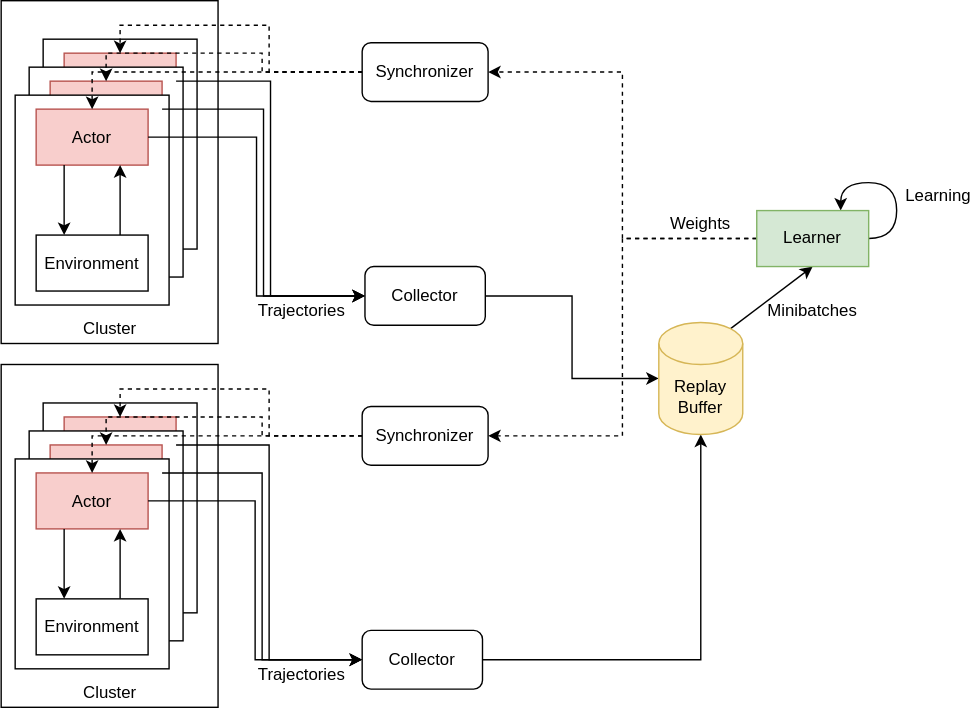
Earlier version of the draw.io export docs/ddrl.svg (khanhvu207/ddrl). Source tidied: cells renumbered, new cells last; positions are measured from the earlier drawing's top-left corner, leaving out a move shared by most shapes.
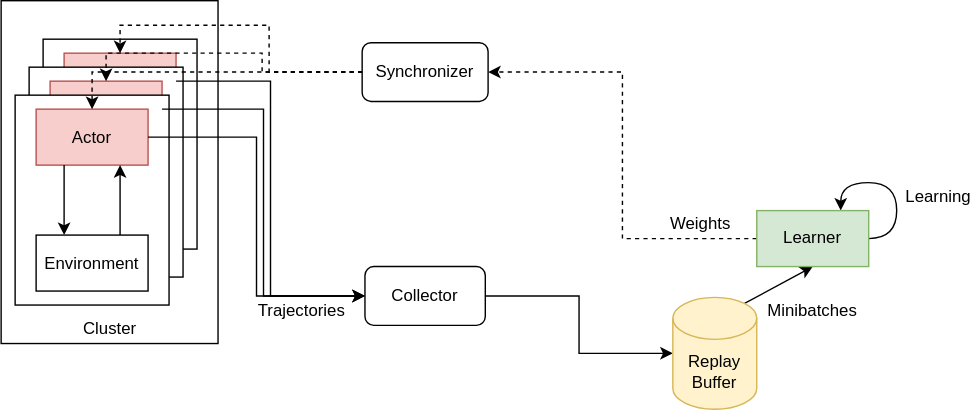
Above is the later version.

Diff of the diagram source:
```diff
@@ -2,69 +2,6 @@
   <root>
     <mxCell id="0" />
     <mxCell id="1" parent="0" />
-    <mxCell id="2" style="group;" parent="1" vertex="1">
-      <mxGeometry y="260" width="155" height="245" as="geometry" />
-    </mxCell>
-    <mxCell id="3" style="rounded=0;whiteSpace=wrap;html=1;" parent="2" vertex="1">
-      <mxGeometry width="155" height="245" as="geometry" />
-    </mxCell>
-    <mxCell id="4" style="group;" parent="2" vertex="1">
-      <mxGeometry x="30" y="27.5" width="110" height="190" as="geometry" />
-    </mxCell>
-    <mxCell id="5" style="rounded=0;whiteSpace=wrap;html=1;" parent="4" vertex="1">
-      <mxGeometry width="110" height="150" as="geometry" />
-    </mxCell>
-    <mxCell id="6" value="Network" style="rounded=0;whiteSpace=wrap;html=1;fillColor=#f8cecc;strokeColor=#b85450;" parent="4" vertex="1">
-      <mxGeometry x="15" y="10" width="80" height="40" as="geometry" />
-    </mxCell>
-    <mxCell id="7" style="edgeStyle=orthogonalEdgeStyle;rounded=0;jettySize=auto;html=1;exitX=0.75;exitY=0;exitDx=0;exitDy=0;entryX=0.75;entryY=1;entryDx=0;entryDy=0;" parent="4" edge="1" source="8" target="6">
-      <mxGeometry relative="1" as="geometry" />
-    </mxCell>
-    <mxCell id="8" value="Environment" style="rounded=0;whiteSpace=wrap;html=1;" parent="4" vertex="1">
-      <mxGeometry x="15" y="100" width="80" height="40" as="geometry" />
-    </mxCell>
-    <mxCell id="9" style="edgeStyle=orthogonalEdgeStyle;rounded=0;jettySize=auto;html=1;exitX=0.25;exitY=1;exitDx=0;exitDy=0;entryX=0.25;entryY=0;entryDx=0;entryDy=0;" parent="4" edge="1" source="6" target="8">
-      <mxGeometry relative="1" as="geometry" />
-    </mxCell>
-    <mxCell id="10" style="group;" parent="4" vertex="1">
-      <mxGeometry x="-20" y="40" width="120" height="150" as="geometry" />
-    </mxCell>
-    <mxCell id="11" style="group;" parent="10" vertex="1">
-      <mxGeometry x="10" y="-20" width="110" height="150" as="geometry" />
-    </mxCell>
-    <mxCell id="12" style="rounded=0;whiteSpace=wrap;html=1;" parent="11" vertex="1">
-      <mxGeometry width="110" height="150" as="geometry" />
-    </mxCell>
-    <mxCell id="13" value="Network" style="rounded=0;whiteSpace=wrap;html=1;fillColor=#f8cecc;strokeColor=#b85450;" parent="11" vertex="1">
-      <mxGeometry x="15" y="10" width="80" height="40" as="geometry" />
-    </mxCell>
-    <mxCell id="14" style="edgeStyle=orthogonalEdgeStyle;rounded=0;jettySize=auto;html=1;exitX=0.75;exitY=0;exitDx=0;exitDy=0;entryX=0.75;entryY=1;entryDx=0;entryDy=0;" parent="11" edge="1" source="15" target="13">
-      <mxGeometry relative="1" as="geometry" />
-    </mxCell>
-    <mxCell id="15" value="Environment" style="rounded=0;whiteSpace=wrap;html=1;" parent="11" vertex="1">
-      <mxGeometry x="15" y="100" width="80" height="40" as="geometry" />
-    </mxCell>
-    <mxCell id="16" style="edgeStyle=orthogonalEdgeStyle;rounded=0;jettySize=auto;html=1;exitX=0.25;exitY=1;exitDx=0;exitDy=0;entryX=0.25;entryY=0;entryDx=0;entryDy=0;" parent="11" edge="1" source="13" target="15">
-      <mxGeometry relative="1" as="geometry" />
-    </mxCell>
-    <mxCell id="17" style="rounded=0;whiteSpace=wrap;html=1;" parent="10" vertex="1">
-      <mxGeometry width="110" height="150" as="geometry" />
-    </mxCell>
-    <mxCell id="18" value="Actor" style="rounded=0;whiteSpace=wrap;html=1;fillColor=#f8cecc;strokeColor=#b85450;" parent="10" vertex="1">
-      <mxGeometry x="15" y="10" width="80" height="40" as="geometry" />
-    </mxCell>
-    <mxCell id="19" style="edgeStyle=orthogonalEdgeStyle;rounded=0;jettySize=auto;html=1;exitX=0.75;exitY=0;exitDx=0;exitDy=0;entryX=0.75;entryY=1;entryDx=0;entryDy=0;" parent="10" edge="1" source="20" target="18">
-      <mxGeometry relative="1" as="geometry" />
-    </mxCell>
-    <mxCell id="20" value="Environment" style="rounded=0;whiteSpace=wrap;html=1;" parent="10" vertex="1">
-      <mxGeometry x="15" y="100" width="80" height="40" as="geometry" />
-    </mxCell>
-    <mxCell id="21" style="edgeStyle=orthogonalEdgeStyle;rounded=0;jettySize=auto;html=1;exitX=0.25;exitY=1;exitDx=0;exitDy=0;entryX=0.25;entryY=0;entryDx=0;entryDy=0;" parent="10" edge="1" source="18" target="20">
-      <mxGeometry relative="1" as="geometry" />
-    </mxCell>
-    <mxCell id="22" value="Cluster" style="text;html=1;strokeColor=none;fillColor=none;align=center;verticalAlign=middle;whiteSpace=wrap;rounded=0;" parent="2" vertex="1">
-      <mxGeometry x="57.5" y="225" width="40" height="20" as="geometry" />
-    </mxCell>
     <mxCell id="23" style="group;" parent="1" vertex="1">
       <mxGeometry width="155" height="245" as="geometry" />
     </mxCell>
@@ -134,12 +71,6 @@
     <mxCell id="45" value="Collector" style="rounded=1;whiteSpace=wrap;html=1;" parent="1" vertex="1">
       <mxGeometry x="260" y="190" width="86" height="42" as="geometry" />
     </mxCell>
-    <mxCell id="46" style="edgeStyle=orthogonalEdgeStyle;rounded=0;jettySize=auto;html=1;entryX=0.5;entryY=1;entryDx=0;entryDy=0;entryPerimeter=0;" parent="1" edge="1" source="47" target="65">
-      <mxGeometry relative="1" as="geometry" />
-    </mxCell>
-    <mxCell id="47" value="Collector" style="rounded=1;whiteSpace=wrap;html=1;" parent="1" vertex="1">
-      <mxGeometry x="258" y="450" width="86" height="42" as="geometry" />
-    </mxCell>
     <mxCell id="48" style="edgeStyle=orthogonalEdgeStyle;rounded=0;jettySize=auto;html=1;exitX=1;exitY=0.5;exitDx=0;exitDy=0;entryX=0;entryY=0.5;entryDx=0;entryDy=0;" parent="1" edge="1" source="39" target="45">
       <mxGeometry relative="1" as="geometry" />
     </mxCell>
@@ -149,18 +80,6 @@
     <mxCell id="50" style="edgeStyle=orthogonalEdgeStyle;rounded=0;jettySize=auto;html=1;entryX=0;entryY=0.5;entryDx=0;entryDy=0;" parent="1" edge="1" source="27" target="45">
       <mxGeometry relative="1" as="geometry" />
     </mxCell>
-    <mxCell id="51" style="edgeStyle=orthogonalEdgeStyle;rounded=0;jettySize=auto;html=1;exitX=1;exitY=0.5;exitDx=0;exitDy=0;entryX=0;entryY=0.5;entryDx=0;entryDy=0;" parent="1" edge="1" source="18" target="47">
-      <mxGeometry relative="1" as="geometry" />
-    </mxCell>
-    <mxCell id="52" style="edgeStyle=orthogonalEdgeStyle;rounded=0;jettySize=auto;html=1;entryX=0;entryY=0.5;entryDx=0;entryDy=0;" parent="1" edge="1" source="13" target="47">
-      <mxGeometry relative="1" as="geometry" />
-    </mxCell>
-    <mxCell id="53" style="edgeStyle=orthogonalEdgeStyle;rounded=0;jettySize=auto;html=1;exitX=1;exitY=0.5;exitDx=0;exitDy=0;entryX=0;entryY=0.5;entryDx=0;entryDy=0;" parent="1" edge="1" source="6" target="47">
-      <mxGeometry relative="1" as="geometry" />
-    </mxCell>
-    <mxCell id="54" value="Trajectories" style="text;html=1;strokeColor=none;fillColor=none;align=center;verticalAlign=middle;whiteSpace=wrap;rounded=0;" parent="1" vertex="1">
-      <mxGeometry x="180" y="472" width="70" height="20" as="geometry" />
-    </mxCell>
     <mxCell id="55" value="Trajectories" style="text;html=1;strokeColor=none;fillColor=none;align=center;verticalAlign=middle;whiteSpace=wrap;rounded=0;" parent="1" vertex="1">
       <mxGeometry x="180" y="212" width="70" height="20" as="geometry" />
     </mxCell>
@@ -176,23 +95,11 @@
     <mxCell id="59" value="Synchronizer" style="rounded=1;whiteSpace=wrap;html=1;" parent="1" vertex="1">
       <mxGeometry x="258" y="30" width="90" height="42" as="geometry" />
     </mxCell>
-    <mxCell id="60" style="edgeStyle=orthogonalEdgeStyle;rounded=0;jettySize=auto;html=1;entryX=0.5;entryY=0;entryDx=0;entryDy=0;dashed=1;" parent="1" edge="1" source="63" target="6">
-      <mxGeometry relative="1" as="geometry" />
-    </mxCell>
-    <mxCell id="61" style="edgeStyle=orthogonalEdgeStyle;rounded=0;jettySize=auto;html=1;entryX=0.5;entryY=0;entryDx=0;entryDy=0;dashed=1;" parent="1" edge="1" source="63" target="13">
-      <mxGeometry relative="1" as="geometry" />
-    </mxCell>
-    <mxCell id="62" style="edgeStyle=orthogonalEdgeStyle;rounded=0;jettySize=auto;html=1;dashed=1;" parent="1" edge="1" source="63" target="18">
-      <mxGeometry relative="1" as="geometry" />
-    </mxCell>
-    <mxCell id="63" value="Synchronizer" style="rounded=1;whiteSpace=wrap;html=1;" parent="1" vertex="1">
-      <mxGeometry x="258" y="290" width="90" height="42" as="geometry" />
-    </mxCell>
     <mxCell id="64" style="rounded=0;jettySize=auto;html=1;exitX=0.855;exitY=0;exitDx=0;exitDy=4.35;exitPerimeter=0;entryX=0.5;entryY=1;entryDx=0;entryDy=0;" parent="1" edge="1" source="65" target="69">
       <mxGeometry relative="1" as="geometry" />
     </mxCell>
     <mxCell id="65" value="Replay&lt;br&gt;Buffer" style="shape=cylinder3;whiteSpace=wrap;html=1;boundedLbl=1;backgroundOutline=1;size=15;fillColor=#fff2cc;strokeColor=#d6b656;" parent="1" vertex="1">
-      <mxGeometry x="470" y="230" width="60" height="80" as="geometry" />
+      <mxGeometry x="480" y="212" width="60" height="80" as="geometry" />
     </mxCell>
     <mxCell id="66" style="edgeStyle=orthogonalEdgeStyle;curved=1;rounded=0;orthogonalLoop=1;jettySize=auto;html=1;entryX=0.75;entryY=0;entryDx=0;entryDy=0;" parent="1" edge="1" source="69" target="69">
       <mxGeometry relative="1" as="geometry">
@@ -206,9 +113,6 @@
     <mxCell id="67" style="edgeStyle=orthogonalEdgeStyle;rounded=0;jettySize=auto;html=1;entryX=1;entryY=0.5;entryDx=0;entryDy=0;dashed=1;" parent="1" edge="1" source="69" target="59">
       <mxGeometry relative="1" as="geometry" />
     </mxCell>
-    <mxCell id="68" style="edgeStyle=orthogonalEdgeStyle;rounded=0;jettySize=auto;html=1;entryX=1;entryY=0.5;entryDx=0;entryDy=0;dashed=1;" parent="1" edge="1" source="69" target="63">
-      <mxGeometry relative="1" as="geometry" />
-    </mxCell>
     <mxCell id="69" value="Learner" style="rounded=0;whiteSpace=wrap;html=1;fillColor=#d5e8d4;strokeColor=#82b366;" parent="1" vertex="1">
       <mxGeometry x="540" y="150" width="80" height="40" as="geometry" />
     </mxCell>
```
